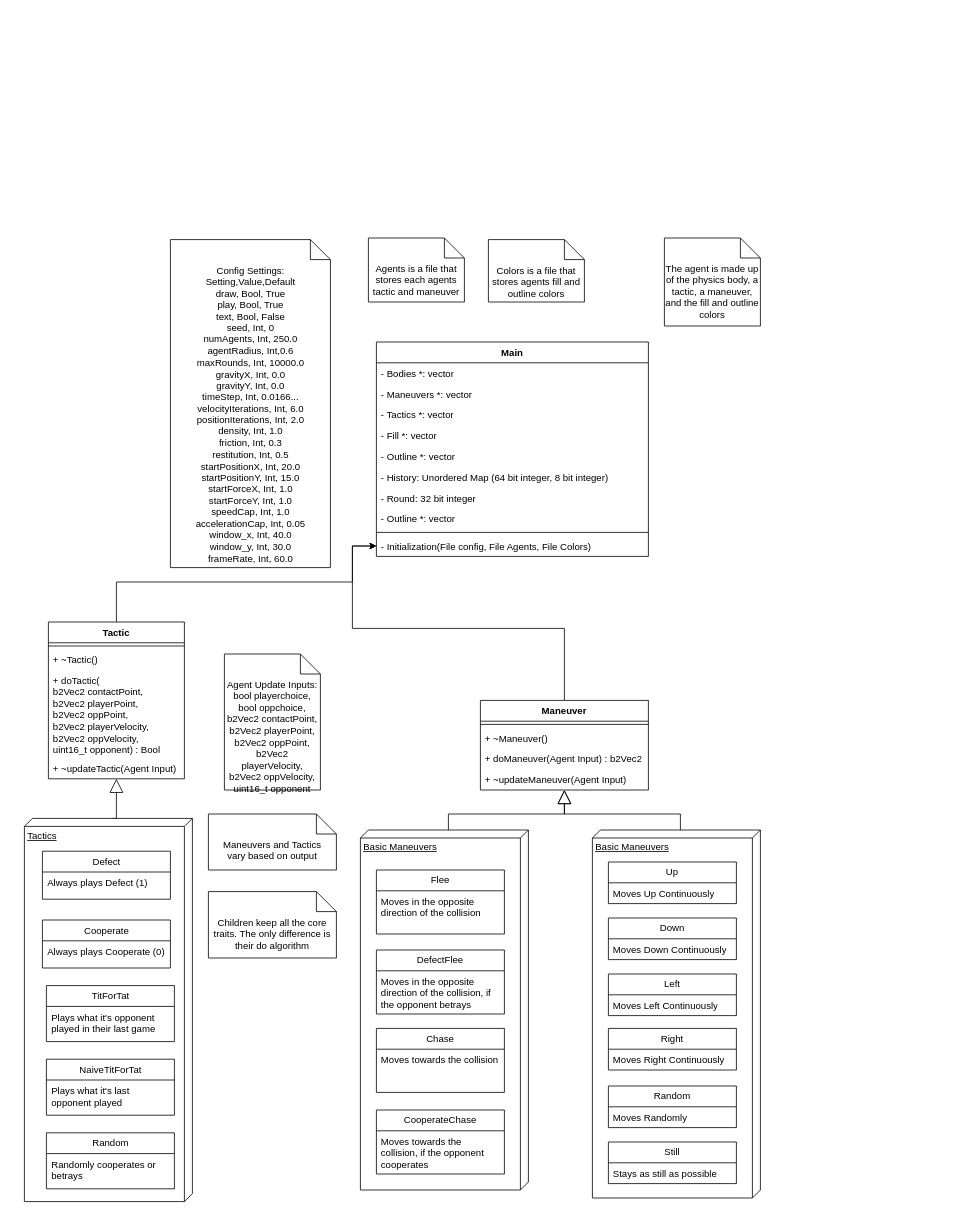
This is Class Diagram.drawio from Boland-Unfug/Thesis, a draw.io file, before an edit. Source tidied: cells renumbered, new cells numbered last; positions are measured from the earlier drawing's top-left corner, leaving out a move shared by most shapes. Both pictures are drawn from the tidied source at 80%, with x=0, y=0 at pixel (24, 238).
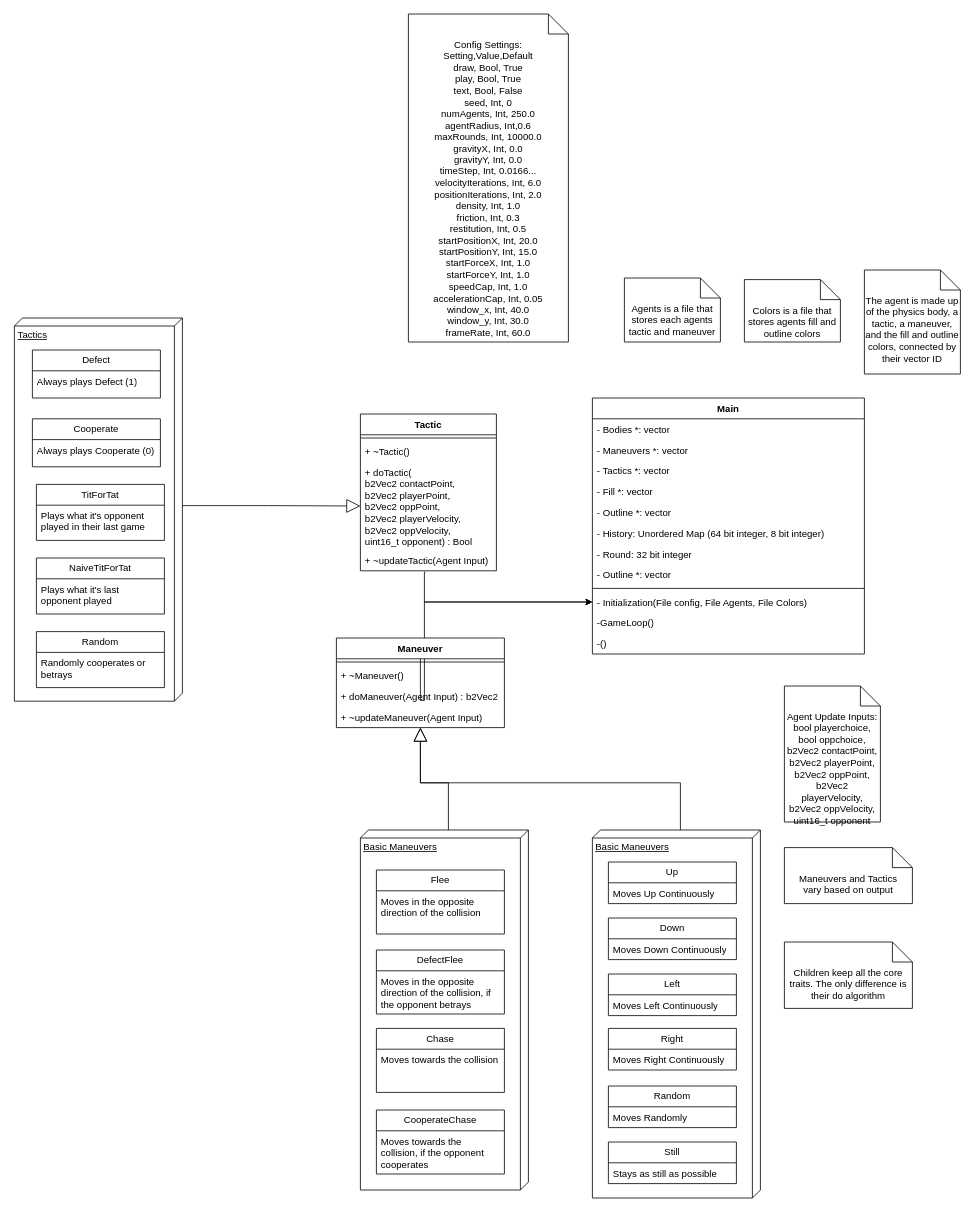
The same page after the edit.

The change refers to these unchanged cells:
```xml
<mxCell id="12" value="&lt;div&gt;+ doTactic(&lt;/div&gt;&lt;div&gt;&lt;div&gt;b2Vec2 contactPoint,&amp;nbsp;&lt;/div&gt;&lt;div&gt;b2Vec2 playerPoint,&amp;nbsp;&lt;/div&gt;&lt;div&gt;b2Vec2 oppPoint,&amp;nbsp;&lt;/div&gt;&lt;div&gt;b2Vec2 playerVelocity,&amp;nbsp;&lt;/div&gt;&lt;div&gt;b2Vec2 oppVelocity,&amp;nbsp;&lt;/div&gt;uint16_t opponent) : Bool&lt;br&gt;&lt;/div&gt;" style="text;strokeColor=none;fillColor=none;align=left;verticalAlign=top;spacingLeft=4;spacingRight=4;overflow=hidden;points=[[0,0.5],[1,0.5]];portConstraint=eastwest;whiteSpace=wrap;html=1;" parent="9" vertex="1">
  <mxGeometry y="60" width="170" height="110" as="geometry" />
</mxCell>
<mxCell id="13" value="&lt;div&gt;+ ~updateTactic(Agent Input)&lt;/div&gt;" style="text;strokeColor=none;fillColor=none;align=left;verticalAlign=top;spacingLeft=4;spacingRight=4;overflow=hidden;points=[[0,0.5],[1,0.5]];portConstraint=eastwest;whiteSpace=wrap;html=1;" parent="9" vertex="1">
  <mxGeometry y="170" width="170" height="26" as="geometry" />
</mxCell>
<mxCell id="63" value="- Initialization(File config, File Agents, File Colors)" style="text;strokeColor=none;fillColor=none;align=left;verticalAlign=top;spacingLeft=4;spacingRight=4;overflow=hidden;points=[[0,0.5],[1,0.5]];portConstraint=eastwest;whiteSpace=wrap;html=1;" parent="53" vertex="1">
  <mxGeometry y="242" width="340" height="26" as="geometry" />
</mxCell>
```

What changed in the source:
```diff
@@
-    <mxCell id="2" style="edgeStyle=orthogonalEdgeStyle;rounded=0;jettySize=auto;html=1;exitX=0;exitY=0;exitDx=0;exitDy=100;exitPerimeter=0;entryX=0.5;entryY=1;entryDx=0;entryDy=0;endArrow=block;endFill=0;endSize=15;" parent="1" edge="1" source="3" target="9">
+    <mxCell id="2" style="edgeStyle=orthogonalEdgeStyle;rounded=0;jettySize=auto;html=1;exitX=0;exitY=0;exitDx=234.5;exitDy=0;exitPerimeter=0;entryX=0;entryY=0.5;entryDx=0;entryDy=0;endArrow=block;endFill=0;endSize=15;" parent="1" edge="1" source="3" target="12">
       <mxGeometry relative="1" as="geometry" />
     </mxCell>
     <mxCell id="3" value="Tactics" style="verticalAlign=top;align=left;spacingTop=8;spacingLeft=2;spacingRight=12;shape=cube;size=10;direction=south;fontStyle=4;html=1;whiteSpace=wrap;" parent="1" vertex="1">
-      <mxGeometry y="725.5" width="210" height="479" as="geometry" />
+      <mxGeometry x="-12.5" y="100" width="210" height="479" as="geometry" />
     </mxCell>
@@
-    <mxCell id="8" style="edgeStyle=orthogonalEdgeStyle;rounded=0;jettySize=auto;html=1;exitX=0.5;exitY=0;exitDx=0;exitDy=0;entryX=0;entryY=0.5;entryDx=0;entryDy=0;" parent="1" edge="1" source="9" target="63">
+    <mxCell id="8" style="edgeStyle=orthogonalEdgeStyle;rounded=0;jettySize=auto;html=1;entryX=0;entryY=0.5;entryDx=0;entryDy=0;exitX=0.478;exitY=1.067;exitDx=0;exitDy=0;exitPerimeter=0;" parent="1" edge="1" source="13" target="63">
       <mxGeometry relative="1" as="geometry">
         <Array as="points">
-          <mxPoint x="115" y="430" />
-          <mxPoint x="410" y="430" />
-          <mxPoint x="410" y="385" />
+          <mxPoint x="500" y="418" />
+          <mxPoint x="500" y="455" />
         </Array>
       </mxGeometry>
     </mxCell>
     <mxCell id="9" value="Tactic" style="swimlane;fontStyle=1;align=center;verticalAlign=top;horizontal=1;startSize=26;whiteSpace=wrap;html=1;" parent="1" vertex="1">
-      <mxGeometry x="30" y="480" width="170" height="196" as="geometry" />
+      <mxGeometry x="420" y="220" width="170" height="196" as="geometry" />
     </mxCell>
@@
     <mxCell id="14" value="&lt;div&gt;Agent Update Inputs:&lt;/div&gt;&lt;div&gt;bool playerchoice, bool oppchoice, b2Vec2 contactPoint, b2Vec2 playerPoint, b2Vec2 oppPoint, b2Vec2 playerVelocity, b2Vec2 oppVelocity, uint16_t opponent&lt;br&gt;&lt;/div&gt;" style="shape=note2;boundedLbl=1;whiteSpace=wrap;html=1;size=25;verticalAlign=top;align=center;" parent="1" vertex="1">
-      <mxGeometry x="250" y="520" width="120" height="170" as="geometry" />
+      <mxGeometry x="950" y="560" width="120" height="170" as="geometry" />
     </mxCell>
     <mxCell id="15" style="edgeStyle=orthogonalEdgeStyle;rounded=0;jettySize=auto;html=1;exitX=0.5;exitY=0;exitDx=0;exitDy=0;entryX=0;entryY=0.5;entryDx=0;entryDy=0;" parent="1" edge="1" source="16" target="63">
       <mxGeometry relative="1" as="geometry">
         <Array as="points">
-          <mxPoint x="675" y="488" />
-          <mxPoint x="410" y="488" />
-          <mxPoint x="410" y="385" />
+          <mxPoint x="500" y="578" />
+          <mxPoint x="500" y="455" />
         </Array>
       </mxGeometry>
     </mxCell>
     <mxCell id="16" value="Maneuver" style="swimlane;fontStyle=1;align=center;verticalAlign=top;horizontal=1;startSize=26;whiteSpace=wrap;html=1;" parent="1" vertex="1">
-      <mxGeometry x="570" y="578" width="210" height="112" as="geometry" />
+      <mxGeometry x="390" y="500" width="210" height="112" as="geometry" />
     </mxCell>
@@
     <mxCell id="23" value="&lt;div&gt;Maneuvers and Tactics&lt;/div&gt;&lt;div&gt;vary based on output&lt;br&gt;&lt;/div&gt;" style="shape=note2;boundedLbl=1;whiteSpace=wrap;html=1;size=25;verticalAlign=top;align=center;" parent="1" vertex="1">
-      <mxGeometry x="230" y="720" width="160" height="70" as="geometry" />
+      <mxGeometry x="950" y="762" width="160" height="70" as="geometry" />
     </mxCell>
     <mxCell id="24" value="Children keep all the core traits. The only difference is their do algorithm" style="shape=note2;boundedLbl=1;whiteSpace=wrap;html=1;size=25;verticalAlign=top;align=center;" parent="1" vertex="1">
-      <mxGeometry x="230" y="817" width="160" height="83" as="geometry" />
+      <mxGeometry x="950" y="880" width="160" height="83" as="geometry" />
     </mxCell>
@@
     <mxCell id="43" value="Defect" style="swimlane;fontStyle=0;horizontal=1;startSize=26;fillColor=none;whiteSpace=wrap;html=1;" parent="1" vertex="1">
-      <mxGeometry x="22.5" y="766.5" width="160" height="60" as="geometry" />
+      <mxGeometry x="10" y="140" width="160" height="60" as="geometry" />
     </mxCell>
@@
     <mxCell id="45" value="Cooperate" style="swimlane;fontStyle=0;horizontal=1;startSize=26;fillColor=none;whiteSpace=wrap;html=1;" parent="1" vertex="1">
-      <mxGeometry x="22.5" y="852.5" width="160" height="60" as="geometry" />
+      <mxGeometry x="10" y="226" width="160" height="60" as="geometry" />
     </mxCell>
@@
     <mxCell id="47" value="TitForTat" style="swimlane;fontStyle=0;horizontal=1;startSize=26;fillColor=none;whiteSpace=wrap;html=1;" parent="1" vertex="1">
-      <mxGeometry x="27.5" y="934.5" width="160" height="70" as="geometry" />
+      <mxGeometry x="15" y="308" width="160" height="70" as="geometry" />
     </mxCell>
@@
     <mxCell id="49" value="NaiveTitForTat" style="swimlane;fontStyle=0;horizontal=1;startSize=26;fillColor=none;whiteSpace=wrap;html=1;" parent="1" vertex="1">
-      <mxGeometry x="27.5" y="1026.5" width="160" height="70" as="geometry" />
+      <mxGeometry x="15" y="400" width="160" height="70" as="geometry" />
     </mxCell>
@@
     <mxCell id="51" value="Random" style="swimlane;fontStyle=0;horizontal=1;startSize=26;fillColor=none;whiteSpace=wrap;html=1;" parent="1" vertex="1">
-      <mxGeometry x="27.5" y="1118.5" width="160" height="70" as="geometry" />
+      <mxGeometry x="15" y="492" width="160" height="70" as="geometry" />
     </mxCell>
@@
     <mxCell id="53" value="Main" style="swimlane;fontStyle=1;align=center;verticalAlign=top;horizontal=1;startSize=26;whiteSpace=wrap;html=1;" parent="1" vertex="1">
-      <mxGeometry x="440" y="130" width="340" height="268" as="geometry" />
+      <mxGeometry x="710" y="200" width="340" height="320" as="geometry" />
     </mxCell>
@@
+    <mxCell id="68" value="&lt;div&gt;-GameLoop()&lt;/div&gt;" style="text;strokeColor=none;fillColor=none;align=left;verticalAlign=top;spacingLeft=4;spacingRight=4;overflow=hidden;whiteSpace=wrap;html=1;" parent="53" vertex="1">
+      <mxGeometry y="268" width="340" height="26" as="geometry" />
+    </mxCell>
+    <mxCell id="69" value="&lt;div&gt;-()&lt;/div&gt;" style="text;strokeColor=none;fillColor=none;align=left;verticalAlign=top;spacingLeft=4;spacingRight=4;overflow=hidden;whiteSpace=wrap;html=1;" parent="53" vertex="1">
+      <mxGeometry y="294" width="340" height="26" as="geometry" />
+    </mxCell>
     <mxCell id="64" value="&lt;div&gt;Config Settings:&lt;/div&gt;&lt;div&gt;Setting,Value,Default&lt;br&gt;draw, Bool, True&lt;br&gt;play, Bool, True&lt;br&gt;text, Bool, False&lt;br&gt;seed, Int, 0&lt;br&gt;numAgents, Int, 250.0&lt;br&gt;agentRadius, Int,0.6&lt;br&gt;maxRounds, Int, 10000.0&lt;br&gt;gravityX, Int, 0.0&lt;br&gt;gravityY, Int, 0.0&lt;br&gt;timeStep, Int, 0.0166...&lt;br&gt;velocityIterations, Int, 6.0&lt;br&gt;positionIterations, Int, 2.0&lt;br&gt;density, Int, 1.0&lt;br&gt;friction, Int, 0.3&lt;br&gt;restitution, Int, 0.5&lt;br&gt;startPositionX, Int, 20.0&lt;br&gt;startPositionY, Int, 15.0&lt;br&gt;startForceX, Int, 1.0&lt;br&gt;startForceY, Int, 1.0&lt;br&gt;speedCap, Int, 1.0&lt;br&gt;accelerationCap, Int, 0.05&lt;br&gt;window_x, Int, 40.0&lt;br&gt;window_y, Int, 30.0&lt;br&gt;frameRate, Int, 60.0&lt;br&gt;&lt;br&gt;&lt;/div&gt;" style="shape=note2;boundedLbl=1;whiteSpace=wrap;html=1;size=25;verticalAlign=top;align=center;" parent="1" vertex="1">
-      <mxGeometry x="182.5" y="2" width="200" height="410" as="geometry" />
+      <mxGeometry x="480" y="-280" width="200" height="410" as="geometry" />
     </mxCell>
     <mxCell id="65" value="Colors is a file that stores agents fill and outline colors" style="shape=note2;boundedLbl=1;whiteSpace=wrap;html=1;size=25;verticalAlign=top;align=center;" parent="1" vertex="1">
-      <mxGeometry x="580" y="2" width="120" height="78" as="geometry" />
+      <mxGeometry x="900" y="52" width="120" height="78" as="geometry" />
     </mxCell>
     <mxCell id="66" value="Agents is a file that stores each agents tactic and maneuver" style="shape=note2;boundedLbl=1;whiteSpace=wrap;html=1;size=25;verticalAlign=top;align=center;" parent="1" vertex="1">
-      <mxGeometry x="430" width="120" height="80" as="geometry" />
+      <mxGeometry x="750" y="50" width="120" height="80" as="geometry" />
     </mxCell>
-    <mxCell id="67" value="The agent is made up of the physics body, a tactic, a maneuver, and the fill and outline colors" style="shape=note2;boundedLbl=1;whiteSpace=wrap;html=1;size=25;verticalAlign=top;align=center;" parent="1" vertex="1">
-      <mxGeometry x="800" width="120" height="110" as="geometry" />
+    <mxCell id="67" value="The agent is made up of the physics body, a tactic, a maneuver, and the fill and outline colors, connected by their vector ID" style="shape=note2;boundedLbl=1;whiteSpace=wrap;html=1;size=25;verticalAlign=top;align=center;" parent="1" vertex="1">
+      <mxGeometry x="1050" y="40" width="120" height="130" as="geometry" />
     </mxCell>
```
